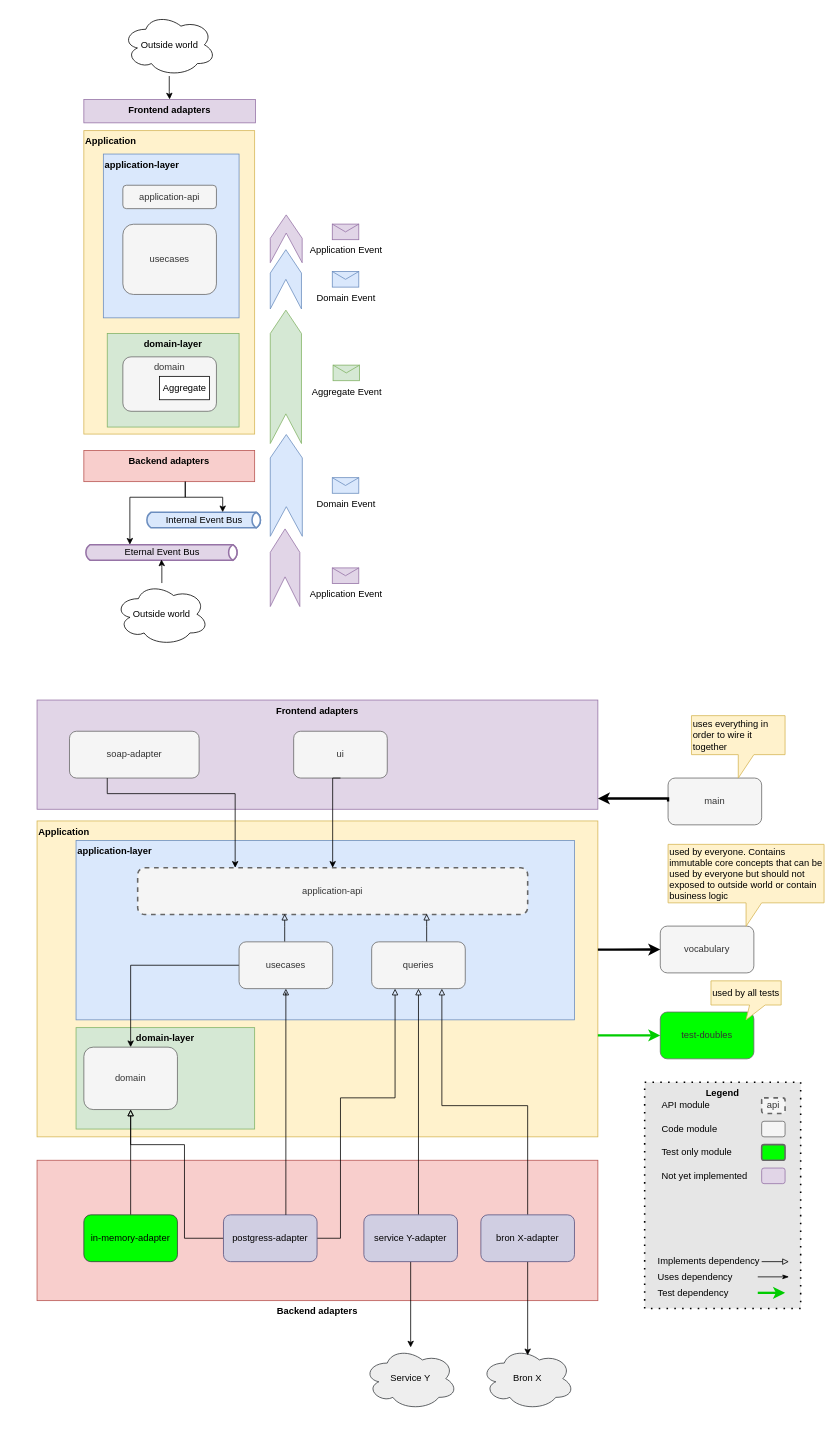
transparentdemocracy/backend keeps this draw.io diagram as doc/drawings/application-architecture.drawio. Above is the earlier version. Source tidied: cells renumbered, new cells numbered last; positions are measured from the earlier drawing's top-left corner, leaving out a move shared by most shapes. Both pictures are drawn from the tidied source at 78%, with x=0, y=0 at pixel (37, 13).
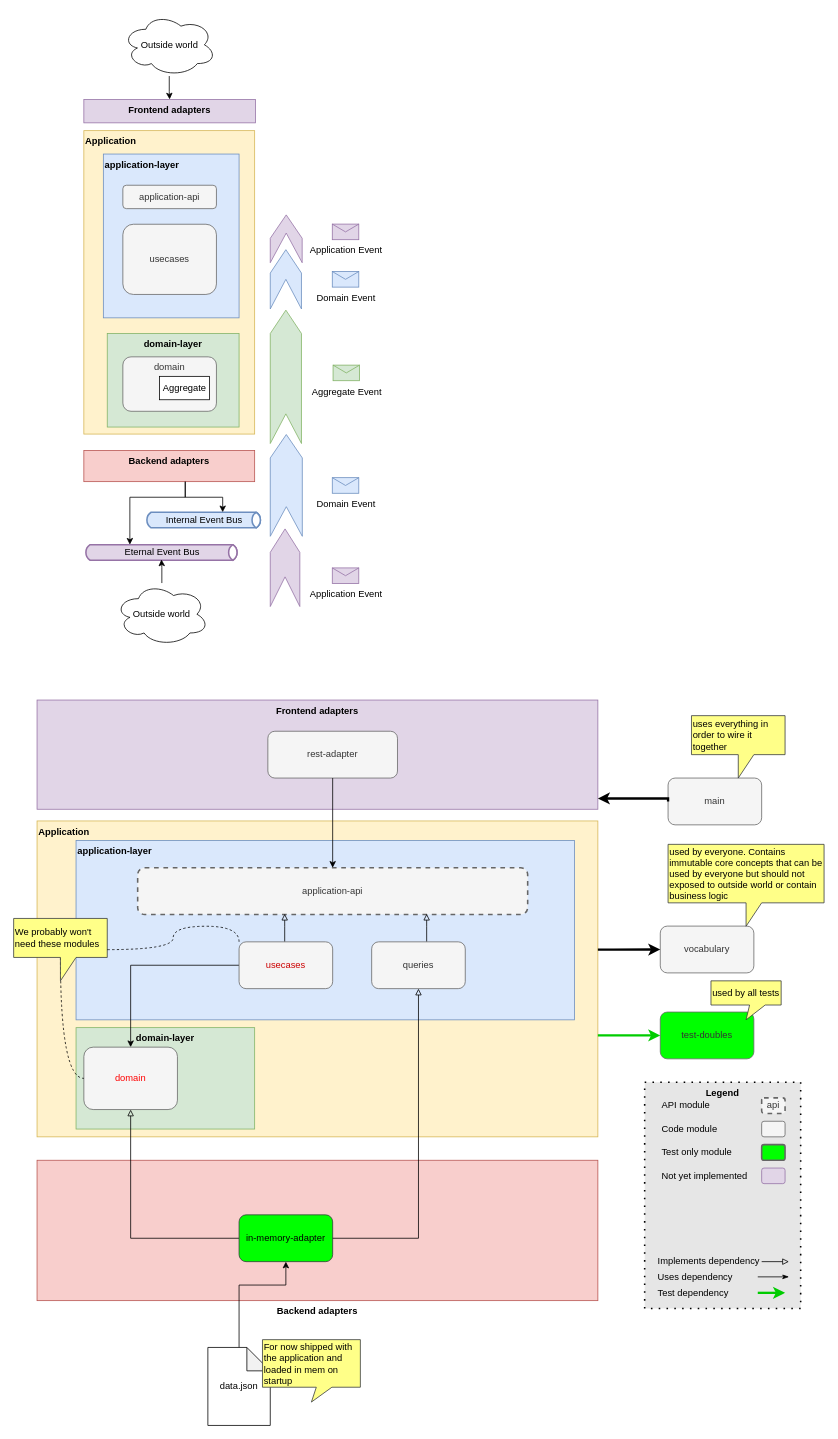
The same page after the edit.

Unchanged cells that the change refers to:
```xml
<mxCell id="6" style="group;align=center;verticalAlign=middle;" parent="1" vertex="1">
  <mxGeometry y="880" width="719" height="140" as="geometry" />
</mxCell>
<mxCell id="21" value="application-api" style="rounded=1;whiteSpace=wrap;html=1;fillColor=#f5f5f5;strokeColor=#666666;fontColor=#333333;dashed=1;strokeWidth=2;" parent="1" vertex="1">
  <mxGeometry x="129" y="1095" width="500" height="60" as="geometry" />
</mxCell>
<mxCell id="28" value="queries" style="rounded=1;whiteSpace=wrap;html=1;fillColor=#f5f5f5;strokeColor=#666666;fontColor=#333333;" parent="1" vertex="1">
  <mxGeometry x="429" y="1190" width="120" height="60" as="geometry" />
</mxCell>
```

Change to the diagram source:
```diff
@@
-    <mxCell id="8" value="soap-adapter" style="rounded=1;whiteSpace=wrap;html=1;fillColor=#f5f5f5;strokeColor=#666666;fontColor=#333333;" parent="6" vertex="1">
-      <mxGeometry x="41.6" y="40" width="166.2" height="60" as="geometry" />
+    <mxCell id="8" value="rest-adapter" style="rounded=1;whiteSpace=wrap;html=1;fillColor=#f5f5f5;strokeColor=#666666;fontColor=#333333;" parent="6" vertex="1">
+      <mxGeometry x="295.9" y="40" width="166.2" height="60" as="geometry" />
     </mxCell>
-    <mxCell id="9" value="ui" style="rounded=1;whiteSpace=wrap;html=1;fillColor=#f5f5f5;strokeColor=#666666;fontColor=#333333;" parent="6" vertex="1">
-      <mxGeometry x="329" y="40" width="120" height="60" as="geometry" />
-    </mxCell>
@@
-    <mxCell id="20" style="edgeStyle=orthogonalEdgeStyle;rounded=0;jettySize=auto;html=1;entryX=0.25;entryY=0;entryDx=0;entryDy=0;" parent="1" edge="1" source="8" target="21">
-      <mxGeometry relative="1" as="geometry">
-        <Array as="points">
-          <mxPoint x="90" y="1000" />
-          <mxPoint x="254" y="1000" />
-        </Array>
-      </mxGeometry>
+    <mxCell id="20" style="edgeStyle=orthogonalEdgeStyle;rounded=0;jettySize=auto;html=1;entryX=0.5;entryY=0;entryDx=0;entryDy=0;" parent="1" edge="1" source="8" target="21">
+      <mxGeometry relative="1" as="geometry" />
     </mxCell>
@@
-    <mxCell id="22" style="edgeStyle=orthogonalEdgeStyle;rounded=0;jettySize=auto;html=1;endArrow=block;endFill=0;exitX=0.5;exitY=0;exitDx=0;exitDy=0;entryX=0.5;entryY=1;entryDx=0;entryDy=0;" parent="1" edge="1" source="39" target="29">
-      <mxGeometry relative="1" as="geometry" />
+    <mxCell id="22" style="edgeStyle=orthogonalEdgeStyle;rounded=0;jettySize=auto;html=1;endArrow=block;endFill=0;exitX=0;exitY=0.5;exitDx=0;exitDy=0;entryX=0.5;entryY=1;entryDx=0;entryDy=0;" parent="1" edge="1" source="39" target="29">
+      <mxGeometry relative="1" as="geometry">
+        <Array as="points">
+          <mxPoint x="120" y="1570" />
+        </Array>
+      </mxGeometry>
     </mxCell>
@@
-    <mxCell id="26" value="usecases" style="rounded=1;whiteSpace=wrap;html=1;fillColor=#f5f5f5;strokeColor=#666666;fontColor=#333333;" parent="1" vertex="1">
+    <mxCell id="26" value="usecases" style="rounded=1;whiteSpace=wrap;html=1;fillColor=#f5f5f5;strokeColor=#666666;fontColor=#CC0000;" parent="1" vertex="1">
       <mxGeometry x="259" y="1190" width="120" height="60" as="geometry" />
     </mxCell>
@@
-    <mxCell id="29" value="domain" style="rounded=1;whiteSpace=wrap;html=1;fillColor=#f5f5f5;strokeColor=#666666;fontColor=#333333;" parent="1" vertex="1">
+    <mxCell id="29" value="domain" style="rounded=1;whiteSpace=wrap;html=1;fillColor=#f5f5f5;strokeColor=#666666;fontColor=#FF0000;" parent="1" vertex="1">
       <mxGeometry x="60" y="1325" width="120" height="80" as="geometry" />
     </mxCell>
@@
-    <mxCell id="31" style="edgeStyle=orthogonalEdgeStyle;rounded=0;jettySize=auto;html=1;entryX=0.5;entryY=0;entryDx=0;entryDy=0;strokeColor=#000000;strokeWidth=1;exitX=0.5;exitY=1;exitDx=0;exitDy=0;" parent="1" edge="1" source="9" target="21">
-      <mxGeometry relative="1" as="geometry">
-        <Array as="points">
-          <mxPoint x="379" y="980" />
-        </Array>
-      </mxGeometry>
-    </mxCell>
@@
-    <mxCell id="33" value="used by everyone. Contains immutable core concepts that can be used by everyone but should not exposed to outside world or contain business logic" style="shape=callout;whiteSpace=wrap;html=1;perimeter=calloutPerimeter;fillColor=#fff2cc;strokeColor=#d6b656;align=left;" parent="1" vertex="1">
+    <mxCell id="33" value="used by everyone. Contains immutable core concepts that can be used by everyone but should not exposed to outside world or contain business logic" style="shape=callout;whiteSpace=wrap;html=1;perimeter=calloutPerimeter;fillColor=#ffff88;strokeColor=#36393d;align=left;" parent="1" vertex="1">
       <mxGeometry x="809" y="1065" width="200" height="105" as="geometry" />
     </mxCell>
-    <mxCell id="34" value="uses everything in order to wire it together" style="shape=callout;whiteSpace=wrap;html=1;perimeter=calloutPerimeter;fillColor=#fff2cc;strokeColor=#d6b656;align=left;" parent="1" vertex="1">
+    <mxCell id="34" value="uses everything in order to wire it together" style="shape=callout;whiteSpace=wrap;html=1;perimeter=calloutPerimeter;fillColor=#ffff88;strokeColor=#36393d;align=left;" parent="1" vertex="1">
       <mxGeometry x="839" y="900" width="120" height="80" as="geometry" />
     </mxCell>
-    <mxCell id="35" value="used by all tests" style="shape=callout;whiteSpace=wrap;html=1;perimeter=calloutPerimeter;fillColor=#fff2cc;strokeColor=#d6b656;align=left;size=19;position=0.55;" parent="1" vertex="1">
+    <mxCell id="35" value="used by all tests" style="shape=callout;whiteSpace=wrap;html=1;perimeter=calloutPerimeter;fillColor=#ffff88;strokeColor=#36393d;align=left;size=19;position=0.55;" parent="1" vertex="1">
       <mxGeometry x="864" y="1240" width="90" height="50" as="geometry" />
     </mxCell>
@@
     <mxCell id="39" value="in-memory-adapter" style="rounded=1;whiteSpace=wrap;html=1;strokeColor=#36393d;fillColor=#00FF00;" parent="1" vertex="1">
-      <mxGeometry x="60" y="1540" width="120" height="60" as="geometry" />
+      <mxGeometry x="259" y="1540" width="120" height="60" as="geometry" />
     </mxCell>
-    <mxCell id="40" style="edgeStyle=orthogonalEdgeStyle;rounded=0;jettySize=auto;html=1;endArrow=block;endFill=0;strokeColor=#000000;entryX=0.5;entryY=1;entryDx=0;entryDy=0;exitX=0;exitY=0.5;exitDx=0;exitDy=0;" parent="1" edge="1" source="42" target="29">
-      <mxGeometry relative="1" as="geometry">
-        <Array as="points">
-          <mxPoint x="189" y="1570" />
-          <mxPoint x="189" y="1450" />
-          <mxPoint x="120" y="1450" />
-        </Array>
-      </mxGeometry>
-    </mxCell>
-    <mxCell id="41" style="edgeStyle=orthogonalEdgeStyle;rounded=0;jettySize=auto;html=1;entryX=0.25;entryY=1;entryDx=0;entryDy=0;startArrow=none;startFill=0;endArrow=block;endFill=0;exitX=1;exitY=0.5;exitDx=0;exitDy=0;" parent="1" edge="1" source="42" target="28">
-      <mxGeometry relative="1" as="geometry">
-        <Array as="points">
-          <mxPoint x="389" y="1570" />
-          <mxPoint x="389" y="1390" />
-          <mxPoint x="459" y="1390" />
-        </Array>
-      </mxGeometry>
-    </mxCell>
-    <mxCell id="42" value="postgress-adapter" style="rounded=1;whiteSpace=wrap;html=1;fillColor=#d0cee2;strokeColor=#56517e;" parent="1" vertex="1">
-      <mxGeometry x="239" y="1540" width="120" height="60" as="geometry" />
-    </mxCell>
-    <mxCell id="43" style="edgeStyle=orthogonalEdgeStyle;rounded=0;jettySize=auto;html=1;endArrow=block;endFill=0;entryX=0.5;entryY=1;entryDx=0;entryDy=0;" parent="1" edge="1" target="26">
-      <mxGeometry relative="1" as="geometry">
-        <mxPoint x="319" y="1540" as="sourcePoint" />
-        <Array as="points">
-          <mxPoint x="319" y="1255" />
-        </Array>
-      </mxGeometry>
-    </mxCell>
@@
-    <mxCell id="81" value="Bron X" style="ellipse;shape=cloud;whiteSpace=wrap;html=1;fillColor=#eeeeee;strokeColor=#36393d;" parent="1" vertex="1">
-      <mxGeometry x="569" y="1710" width="120" height="80" as="geometry" />
-    </mxCell>
-    <mxCell id="82" style="edgeStyle=orthogonalEdgeStyle;rounded=0;jettySize=auto;html=1;endArrow=block;endFill=0;exitX=0.5;exitY=0;exitDx=0;exitDy=0;entryX=0.75;entryY=1;entryDx=0;entryDy=0;" parent="1" edge="1" source="84" target="28">
-      <mxGeometry relative="1" as="geometry">
-        <Array as="points">
-          <mxPoint x="629" y="1400" />
-          <mxPoint x="519" y="1400" />
-        </Array>
-      </mxGeometry>
-    </mxCell>
-    <mxCell id="83" style="edgeStyle=orthogonalEdgeStyle;rounded=0;jettySize=auto;html=1;entryX=0.5;entryY=0.125;entryDx=0;entryDy=0;entryPerimeter=0;startArrow=none;startFill=0;endArrow=classic;endFill=1;" parent="1" edge="1" source="84" target="81">
-      <mxGeometry relative="1" as="geometry" />
-    </mxCell>
-    <mxCell id="84" value="bron X-adapter" style="rounded=1;whiteSpace=wrap;html=1;fillColor=#d0cee2;strokeColor=#56517e;" parent="1" vertex="1">
-      <mxGeometry x="569" y="1540" width="120" height="60" as="geometry" />
-    </mxCell>
-    <mxCell id="85" value="Service Y" style="ellipse;shape=cloud;whiteSpace=wrap;html=1;fillColor=#eeeeee;strokeColor=#36393d;" parent="1" vertex="1">
-      <mxGeometry x="419" y="1710" width="120" height="80" as="geometry" />
-    </mxCell>
-    <mxCell id="86" style="edgeStyle=orthogonalEdgeStyle;rounded=0;jettySize=auto;html=1;startArrow=none;startFill=0;endArrow=classic;endFill=1;" parent="1" edge="1" source="88" target="85">
-      <mxGeometry relative="1" as="geometry" />
-    </mxCell>
-    <mxCell id="87" style="edgeStyle=orthogonalEdgeStyle;rounded=0;jettySize=auto;html=1;entryX=0.5;entryY=1;entryDx=0;entryDy=0;startArrow=none;startFill=0;endArrow=block;endFill=0;" parent="1" edge="1" source="88" target="28">
+    <mxCell id="87" style="edgeStyle=orthogonalEdgeStyle;rounded=0;jettySize=auto;html=1;entryX=0.5;entryY=1;entryDx=0;entryDy=0;startArrow=none;startFill=0;endArrow=block;endFill=0;exitX=1;exitY=0.5;exitDx=0;exitDy=0;" parent="1" edge="1" source="39" target="28">
       <mxGeometry relative="1" as="geometry">
         <Array as="points">
-          <mxPoint x="489" y="1480" />
-          <mxPoint x="489" y="1480" />
+          <mxPoint x="489" y="1570" />
         </Array>
       </mxGeometry>
     </mxCell>
-    <mxCell id="88" value="service Y-adapter" style="rounded=1;whiteSpace=wrap;html=1;fillColor=#d0cee2;strokeColor=#56517e;" parent="1" vertex="1">
-      <mxGeometry x="419" y="1540" width="120" height="60" as="geometry" />
-    </mxCell>
+    <mxCell id="89" style="edgeStyle=orthogonalEdgeStyle;rounded=0;jettySize=auto;html=1;entryX=0;entryY=0.5;entryDx=0;entryDy=0;endArrow=none;endFill=0;dashed=1;curved=1;" parent="1" edge="1" source="90" target="29">
+      <mxGeometry relative="1" as="geometry" />
+    </mxCell>
+    <mxCell id="90" value="We probably won't need these modules" style="shape=callout;whiteSpace=wrap;html=1;perimeter=calloutPerimeter;fillColor=#ffff88;strokeColor=#36393d;align=left;" parent="1" vertex="1">
+      <mxGeometry x="-30" y="1160" width="120" height="80" as="geometry" />
+    </mxCell>
+    <mxCell id="91" style="edgeStyle=orthogonalEdgeStyle;rounded=0;jettySize=auto;html=1;entryX=0;entryY=0;entryDx=0;entryDy=0;dashed=1;endArrow=none;endFill=0;curved=1;" parent="1" edge="1" source="90" target="26">
+      <mxGeometry relative="1" as="geometry" />
+    </mxCell>
+    <mxCell id="92" style="edgeStyle=orthogonalEdgeStyle;rounded=0;jettySize=auto;html=1;" parent="1" edge="1" source="93" target="39">
+      <mxGeometry relative="1" as="geometry">
+        <Array as="points">
+          <mxPoint x="259" y="1630" />
+          <mxPoint x="319" y="1630" />
+        </Array>
+      </mxGeometry>
+    </mxCell>
+    <mxCell id="93" value="data.json" style="shape=note;whiteSpace=wrap;html=1;backgroundOutline=1;darkOpacity=0.05;" parent="1" vertex="1">
+      <mxGeometry x="219" y="1710" width="80" height="100" as="geometry" />
+    </mxCell>
+    <mxCell id="94" value="For now shipped with the application and loaded in mem on startup" style="shape=callout;whiteSpace=wrap;html=1;perimeter=calloutPerimeter;fillColor=#ffff88;strokeColor=#36393d;align=left;size=19;position=0.55;" parent="1" vertex="1">
+      <mxGeometry x="289" y="1700" width="125.5" height="80" as="geometry" />
+    </mxCell>
```
